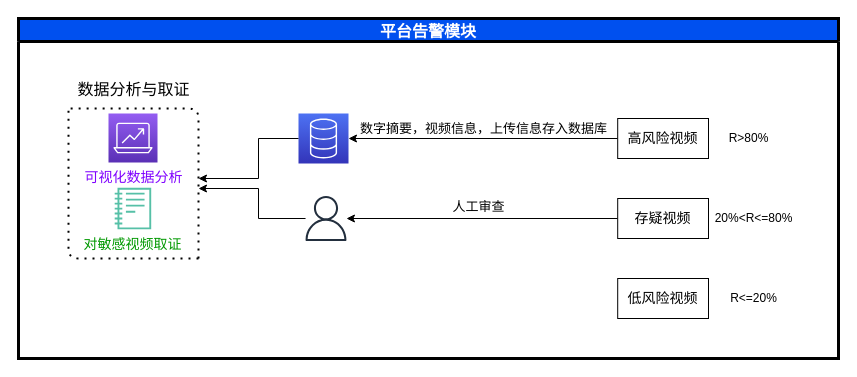
Above: Untitled Diagram4.drawio in epc314/hello-world (draw.io), before the change. Source tidied: cells renumbered, new cells numbered last; positions are measured from the earlier drawing's top-left corner, leaving out a move shared by most shapes. Both pictures are drawn from the tidied source at 100%, with x=0, y=0 at pixel (18, 18).
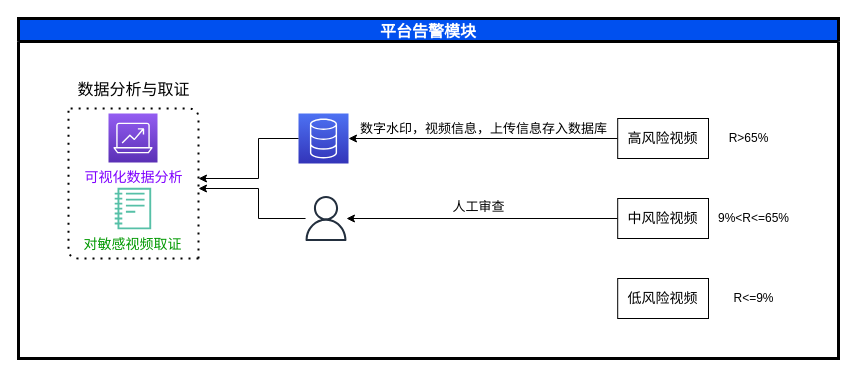
The same page after the edit.

Unchanged cells that the change refers to:
```xml
<mxCell id="2" value="平台告警模块" style="swimlane;startSize=23;fillColor=#0050EF;strokeColor=#000000;fontColor=#ffffff;fontSize=16;strokeWidth=3;" parent="1" vertex="1">
  <mxGeometry width="820" height="340" as="geometry" />
</mxCell>
```

The edit, as a diff of the source:
```diff
@@
-    <mxCell id="6" value="&lt;font style=&quot;font-size: 14px&quot;&gt;存疑视频&lt;/font&gt;" style="rounded=0;whiteSpace=wrap;html=1;" parent="2" vertex="1">
+    <mxCell id="6" value="&lt;font style=&quot;font-size: 14px&quot;&gt;中风险视频&lt;/font&gt;" style="rounded=0;whiteSpace=wrap;html=1;" parent="2" vertex="1">
       <mxGeometry x="599.2" y="180" width="90.8" height="40" as="geometry" />
     </mxCell>
@@
-    <mxCell id="8" value="R&amp;gt;80%" style="text;html=1;align=center;verticalAlign=middle;fillColor=none;strokeColor=none;rounded=0;" parent="2" vertex="1">
+    <mxCell id="8" value="R&amp;gt;65%" style="text;html=1;align=center;verticalAlign=middle;fillColor=none;strokeColor=none;rounded=0;" parent="2" vertex="1">
       <mxGeometry x="700" y="109.5" width="60" height="20" as="geometry" />
     </mxCell>
-    <mxCell id="9" value="20%&amp;lt;R&amp;lt;=80%" style="text;html=1;align=center;verticalAlign=middle;fillColor=none;strokeColor=none;rounded=0;" parent="2" vertex="1">
+    <mxCell id="9" value="9%&amp;lt;R&amp;lt;=65%" style="text;html=1;align=center;verticalAlign=middle;fillColor=none;strokeColor=none;rounded=0;" parent="2" vertex="1">
       <mxGeometry x="690" y="190" width="90" height="20" as="geometry" />
     </mxCell>
-    <mxCell id="10" value="R&amp;lt;=20%" style="text;html=1;align=center;verticalAlign=middle;fillColor=none;strokeColor=none;rounded=0;" parent="2" vertex="1">
+    <mxCell id="10" value="R&amp;lt;=9%" style="text;html=1;align=center;verticalAlign=middle;fillColor=none;strokeColor=none;rounded=0;" parent="2" vertex="1">
       <mxGeometry x="705" y="270" width="60" height="20" as="geometry" />
     </mxCell>
@@
-    <mxCell id="12" value="&lt;font style=&quot;font-size: 13px&quot;&gt;数字摘要，视频信息，上传信息存入数据库&lt;/font&gt;" style="text;html=1;align=center;verticalAlign=middle;fillColor=none;strokeColor=none;rounded=0;" parent="2" vertex="1">
+    <mxCell id="12" value="&lt;font style=&quot;font-size: 13px&quot;&gt;数字水印，视频信息，上传信息存入数据库&lt;/font&gt;" style="text;html=1;align=center;verticalAlign=middle;fillColor=none;strokeColor=none;rounded=0;" parent="2" vertex="1">
       <mxGeometry x="335" y="100" width="260" height="20" as="geometry" />
     </mxCell>
```
